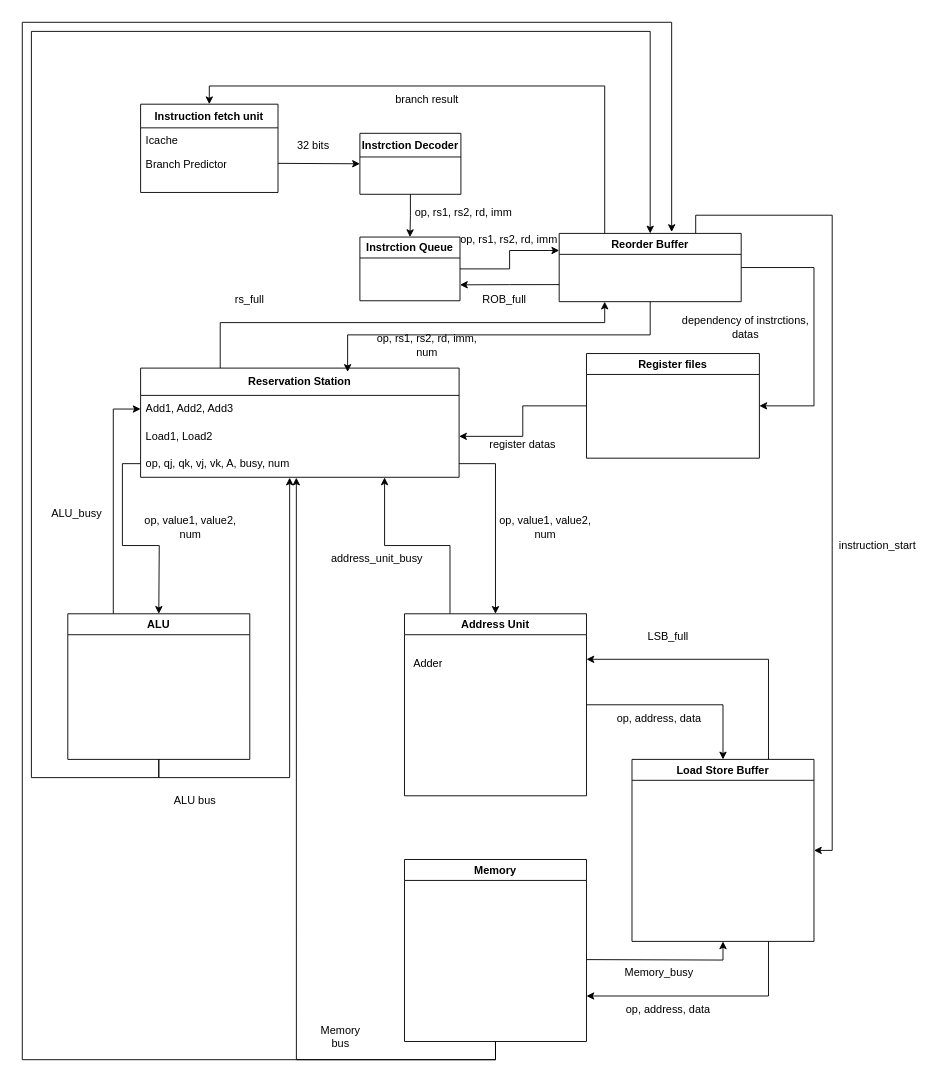
This is CPU.drawio from Seven-Streams/Viola, a draw.io file, before an edit. Source tidied: cells renumbered, new cells numbered last; positions are measured from the earlier drawing's top-left corner, leaving out a move shared by most shapes. Both pictures are drawn from the tidied source at 91%, with x=0, y=0 at pixel (22, 22).
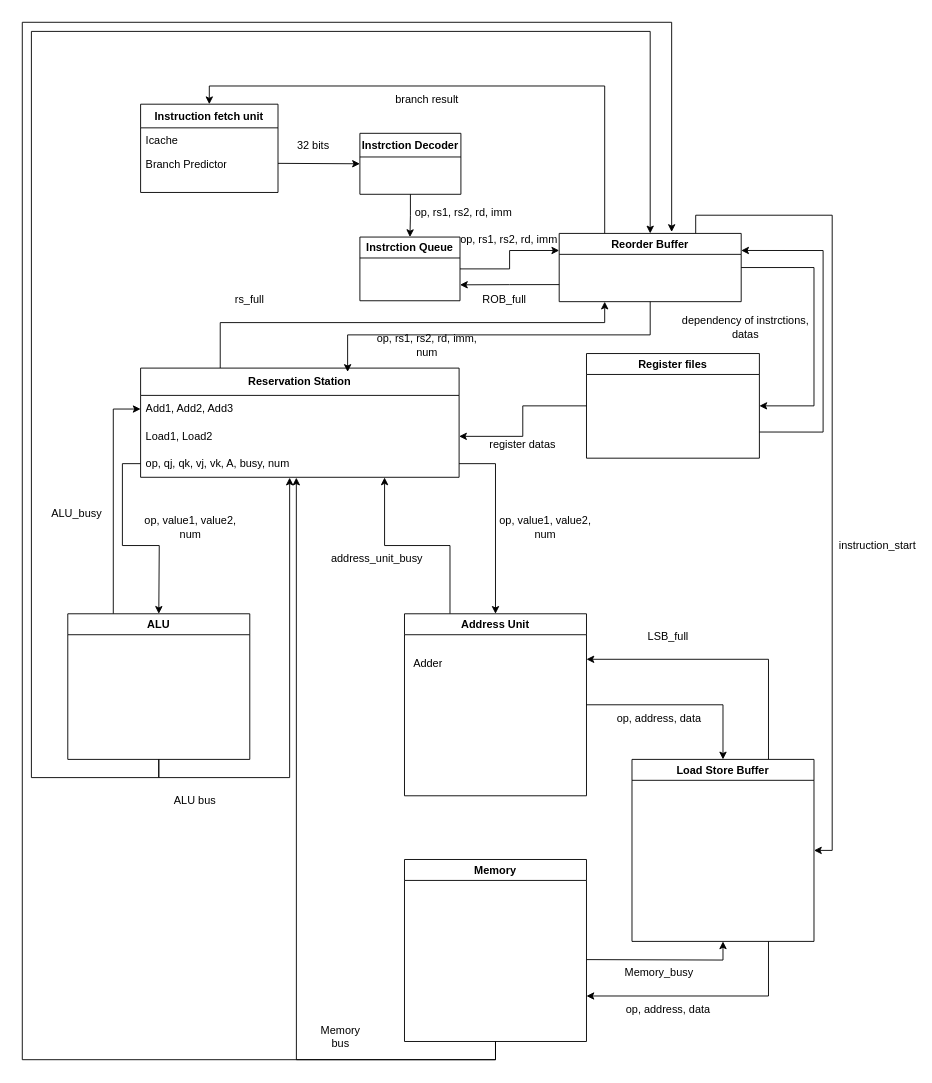
The same diagram, later.

Commit message (it also covers changes not shown here):
feat:finish the basic part of RF.

Unchanged cells that the change refers to:
```xml
<mxCell id="21" value="Register files" style="swimlane;whiteSpace=wrap;html=1;" parent="1" vertex="1">
  <mxGeometry x="620" y="364" width="190" height="115" as="geometry" />
</mxCell>
<mxCell id="49" value="Reorder Buffer" style="swimlane;whiteSpace=wrap;html=1;" parent="1" vertex="1">
  <mxGeometry x="590" y="232" width="200" height="75" as="geometry" />
</mxCell>
```

The edit, as a diff of the source:
```diff
@@
+    <mxCell id="60" style="edgeStyle=orthogonalEdgeStyle;rounded=0;jettySize=auto;html=1;exitX=1;exitY=0.75;exitDx=0;exitDy=0;entryX=1;entryY=0.25;entryDx=0;entryDy=0;" parent="1" edge="1" source="21" target="49">
+      <mxGeometry relative="1" as="geometry">
+        <Array as="points">
+          <mxPoint x="880" y="450" />
+          <mxPoint x="880" y="251" />
+        </Array>
+      </mxGeometry>
+    </mxCell>
```
